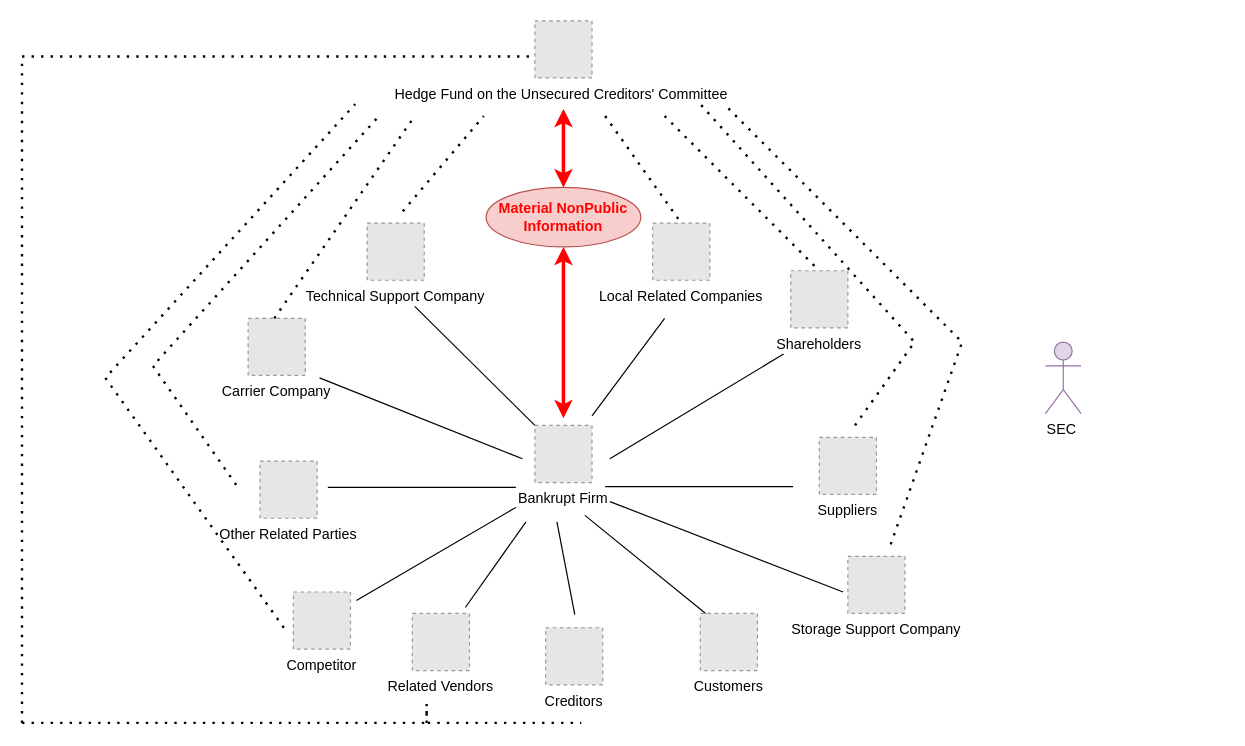
Earlier version of the draw.io diagram Untitled Diagram.drawio (imyanyang/docs). Source tidied: cells renumbered, new cells numbered last; positions are measured from the earlier drawing's top-left corner, leaving out a move shared by most shapes. Both pictures are drawn from the tidied source at 119%, with x=0, y=0 at pixel (21, 20). Pictures stored in the file or linked from it are replaced by grey dashed boxes.
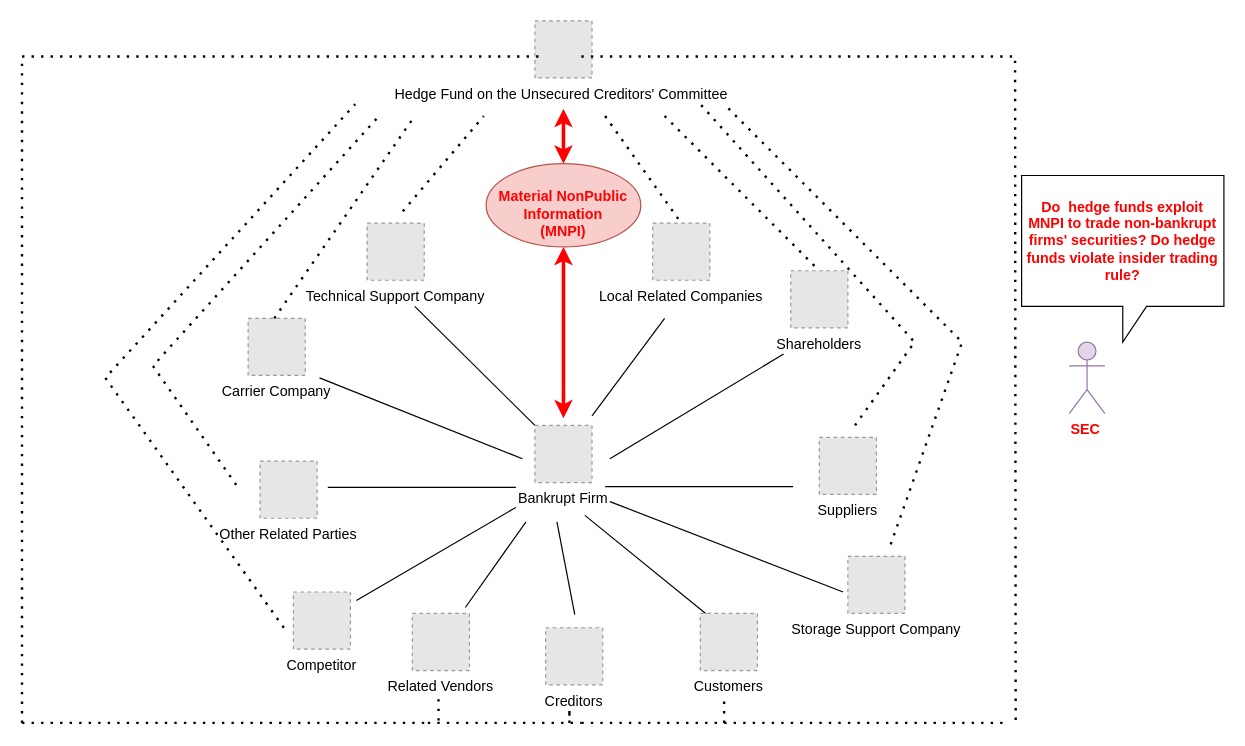
The same diagram, later.

Unchanged cells that the change refers to:
```xml
<mxCell id="11" value="Hedge Fund on the Unsecured Creditors' Committee " style="fillColor=#E6E6E6;strokeColor=#999999;dashed=1;verticalLabelPosition=bottom;verticalAlign=top;" parent="1" vertex="1">
  <mxGeometry x="431" width="48" height="48" as="geometry" />
</mxCell>
```

Change to the diagram source:
```diff
@@
-    <mxCell id="26" value="&lt;b&gt;&lt;font color=&quot;#ff0000&quot;&gt;Material NonPublic Information&lt;/font&gt;&lt;/b&gt;" style="ellipse;whiteSpace=wrap;html=1;fillColor=#f8cecc;strokeColor=#b85450;" parent="1" vertex="1">
-      <mxGeometry x="390" y="140" width="130" height="50" as="geometry" />
+    <mxCell id="26" value="&lt;b&gt;&lt;font color=&quot;#ff0000&quot;&gt;&lt;br&gt;Material NonPublic Information&lt;br&gt;(MNPI)&lt;br&gt;&lt;/font&gt;&lt;/b&gt;" style="ellipse;whiteSpace=wrap;html=1;fillColor=#f8cecc;strokeColor=#b85450;" parent="1" vertex="1">
+      <mxGeometry x="390" y="120" width="130" height="70" as="geometry" />
     </mxCell>
@@
-    <mxCell id="37" value="SEC&amp;nbsp;" style="shape=umlActor;verticalLabelPosition=bottom;verticalAlign=top;html=1;fillColor=#e1d5e7;strokeColor=#9673a6;" parent="1" vertex="1">
-      <mxGeometry x="860" y="270" width="30" height="60" as="geometry" />
+    <mxCell id="37" value="&lt;b&gt;&lt;font color=&quot;#ff0000&quot;&gt;SEC&amp;nbsp;&lt;/font&gt;&lt;/b&gt;" style="shape=umlActor;verticalLabelPosition=bottom;verticalAlign=top;html=1;fillColor=#e1d5e7;strokeColor=#9673a6;" parent="1" vertex="1">
+      <mxGeometry x="880" y="270" width="30" height="60" as="geometry" />
     </mxCell>
     <mxCell id="38" style="endArrow=none;dashed=1;html=1;dashPattern=1 3;strokeWidth=2;rounded=0;" parent="1" edge="1">
       <mxGeometry relative="1" as="geometry">
         <mxPoint y="590" as="sourcePoint" />
-        <mxPoint x="426" y="30" as="targetPoint" />
+        <mxPoint x="440" y="30" as="targetPoint" />
         <Array as="points">
           <mxPoint y="30" />
         </Array>
       </mxGeometry>
     </mxCell>
@@
-    <mxCell id="40" style="endArrow=none;dashed=1;html=1;dashPattern=1 3;strokeWidth=2;rounded=0;" parent="1" edge="1">
-      <mxGeometry relative="1" as="geometry">
-        <mxPoint x="340" y="580" as="sourcePoint" />
-        <mxPoint x="340" y="570" as="targetPoint" />
-        <Array as="points">
-          <mxPoint x="340" y="590" />
-          <mxPoint x="340" y="580" />
-        </Array>
-      </mxGeometry>
-    </mxCell>
@@
+    <mxCell id="42" style="endArrow=none;dashed=1;html=1;dashPattern=1 3;strokeWidth=2;rounded=0;exitX=0.813;exitY=0.625;exitDx=0;exitDy=0;exitPerimeter=0;" parent="1" edge="1" source="11">
+      <mxGeometry relative="1" as="geometry">
+        <mxPoint x="835" y="590" as="targetPoint" />
+        <Array as="points">
+          <mxPoint x="834.5" y="30" />
+        </Array>
+      </mxGeometry>
+    </mxCell>
+    <mxCell id="43" style="endArrow=none;dashed=1;html=1;dashPattern=1 3;strokeWidth=2;rounded=0;" parent="1" edge="1">
+      <mxGeometry relative="1" as="geometry">
+        <mxPoint x="470" y="590" as="sourcePoint" />
+        <mxPoint x="830" y="590" as="targetPoint" />
+        <Array as="points">
+          <mxPoint x="830" y="590" />
+        </Array>
+      </mxGeometry>
+    </mxCell>
+    <mxCell id="44" style="endArrow=none;dashed=1;html=1;dashPattern=1 3;strokeWidth=2;rounded=0;" parent="1" edge="1">
+      <mxGeometry relative="1" as="geometry">
+        <mxPoint x="590" y="590" as="sourcePoint" />
+        <mxPoint x="590" y="570" as="targetPoint" />
+      </mxGeometry>
+    </mxCell>
+    <mxCell id="45" style="endArrow=none;dashed=1;html=1;dashPattern=1 3;strokeWidth=2;rounded=0;" parent="1" edge="1">
+      <mxGeometry relative="1" as="geometry">
+        <mxPoint x="350" y="570" as="sourcePoint" />
+        <mxPoint x="350" y="590" as="targetPoint" />
+      </mxGeometry>
+    </mxCell>
+    <mxCell id="46" style="endArrow=none;dashed=1;html=1;dashPattern=1 3;strokeWidth=2;rounded=0;" parent="1" edge="1">
+      <mxGeometry relative="1" as="geometry">
+        <mxPoint x="460" y="580" as="sourcePoint" />
+        <mxPoint x="460" y="580" as="targetPoint" />
+        <Array as="points">
+          <mxPoint x="460" y="590" />
+        </Array>
+      </mxGeometry>
+    </mxCell>
+    <mxCell id="47" value="&lt;b&gt;&lt;font color=&quot;#ff0000&quot;&gt;Do&amp;nbsp; hedge funds exploit MNPI to trade non-bankrupt firms' securities? Do hedge funds violate insider trading rule?&lt;/font&gt;&lt;/b&gt;" style="shape=callout;whiteSpace=wrap;html=1;perimeter=calloutPerimeter;" parent="1" vertex="1">
+      <mxGeometry x="840" y="130" width="170" height="140" as="geometry" />
+    </mxCell>
```
